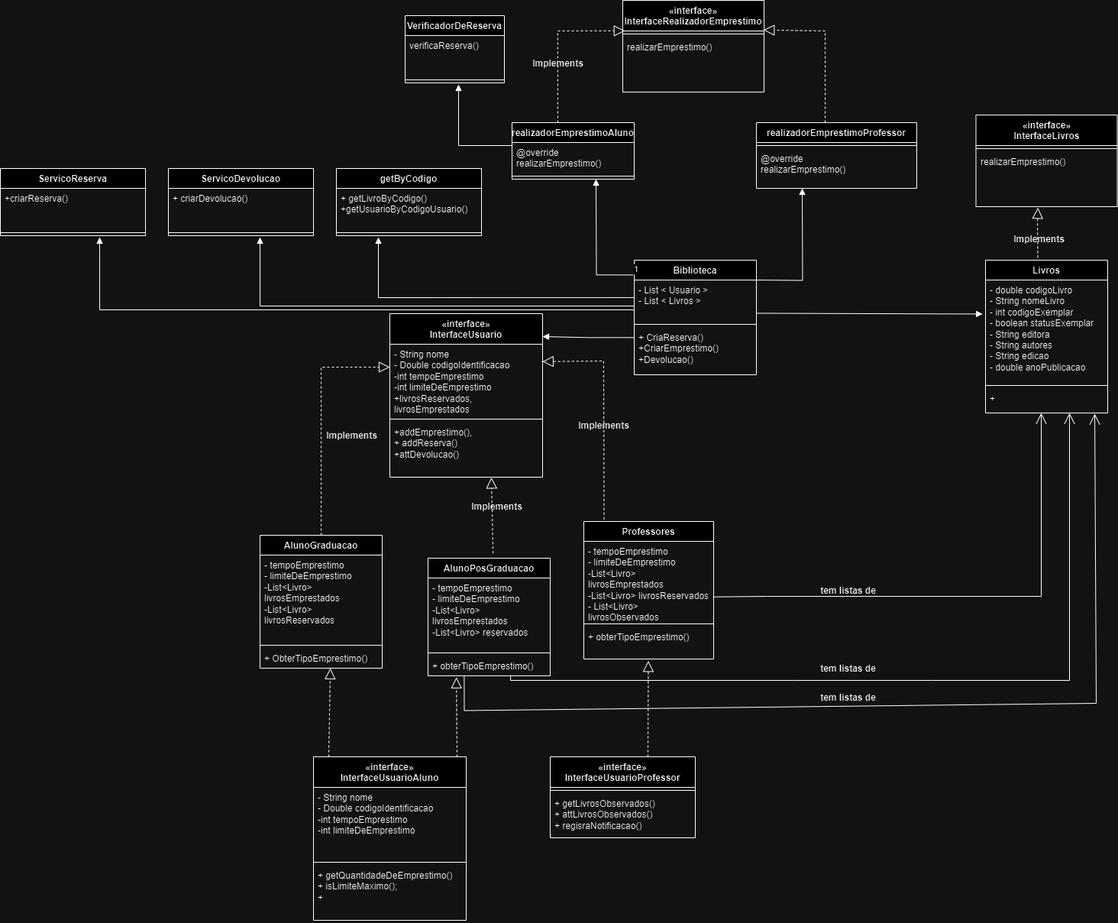
This is ClassesProjeto/DiagramaClasses.png from JoseRaimundo27/Trabalho-Final-EngSofware, a draw.io export, as it was before one commit. Source tidied: cells renumbered, new cells last; positions are measured from the earlier drawing's top-left corner, leaving out a move shared by most shapes.
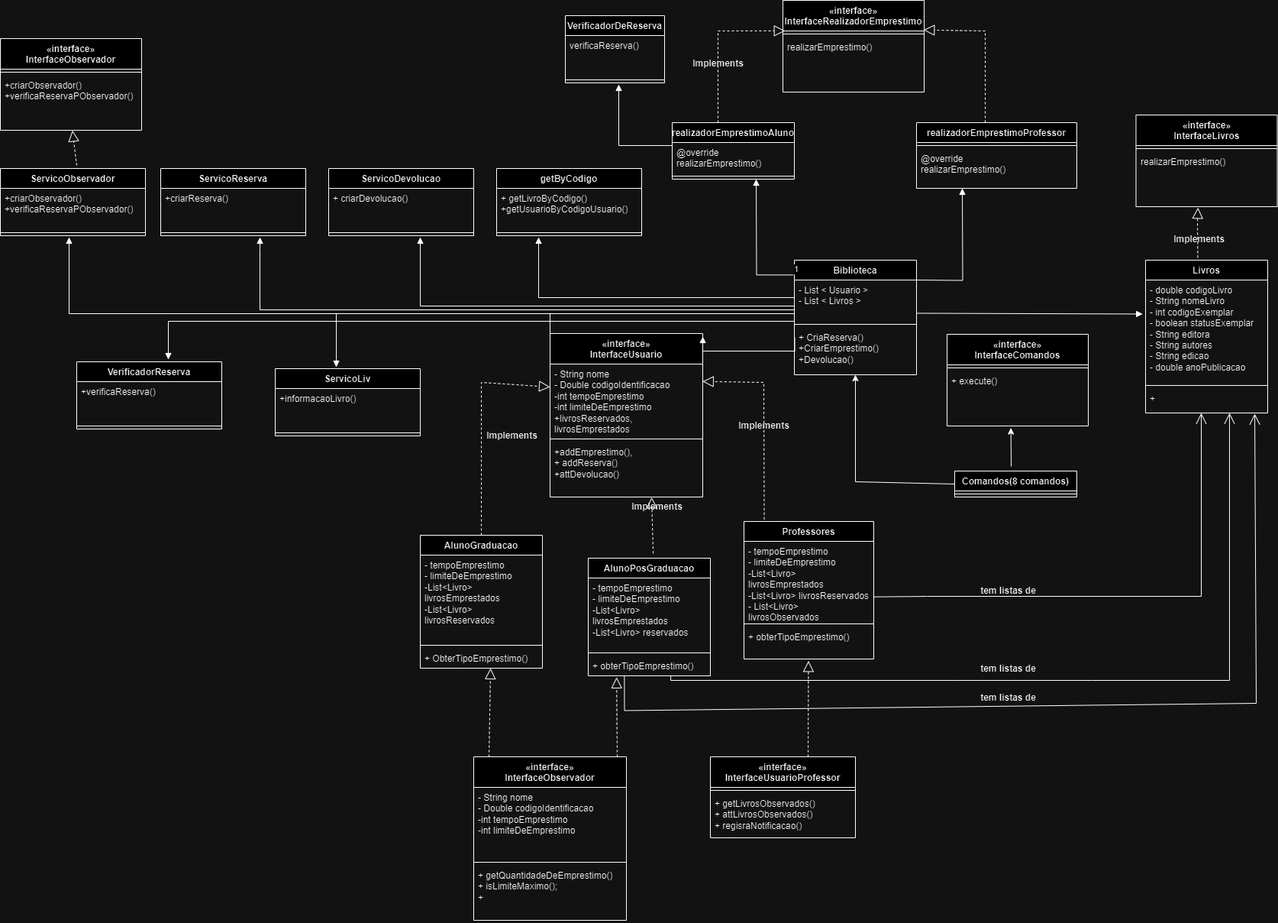
After the change.

Commit message:
Atualizando diagrama de classes

Change to the diagram source:
```diff
@@ -22,7 +22,7 @@
       </mxGeometry>
     </mxCell>
     <mxCell id="4" value="«interface»&lt;br&gt;InterfaceUsuario" style="swimlane;fontStyle=1;align=center;verticalAlign=top;horizontal=1;startSize=40;whiteSpace=wrap;html=1;" parent="1" vertex="1">
-      <mxGeometry x="510" y="410" width="200" height="214" as="geometry" />
+      <mxGeometry x="510" y="436" width="200" height="214" as="geometry" />
     </mxCell>
     <mxCell id="5" value="- String nome&lt;br&gt;- Double codigoIdentificacao&lt;br&gt;-int tempoEmprestimo&lt;br&gt;-int limiteDeEmprestimo&lt;br&gt;+livrosReservados, livrosEmprestados" style="text;strokeColor=none;fillColor=none;align=left;verticalAlign=top;spacingLeft=4;spacingRight=4;overflow=hidden;points=[[0,0.5],[1,0.5]];portConstraint=eastwest;whiteSpace=wrap;html=1;" parent="4" vertex="1">
       <mxGeometry y="40" width="200" height="94" as="geometry" />
@@ -36,7 +36,7 @@
     <mxCell id="8" style="endArrow=block;dashed=1;endFill=0;endSize=12;html=1;rounded=0;exitX=0.5;exitY=0;exitDx=0;exitDy=0;entryX=0;entryY=0.319;entryDx=0;entryDy=0;entryPerimeter=0;" parent="1" edge="1" source="9" target="5">
       <mxGeometry relative="1" as="geometry">
         <Array as="points">
-          <mxPoint x="420" y="480" />
+          <mxPoint x="420" y="500" />
         </Array>
       </mxGeometry>
     </mxCell>
@@ -141,7 +141,7 @@
     <mxCell id="41" style="endArrow=block;dashed=1;endFill=0;endSize=12;html=1;rounded=0;exitX=0.156;exitY=-0.015;exitDx=0;exitDy=0;exitPerimeter=0;entryX=0.999;entryY=0.242;entryDx=0;entryDy=0;entryPerimeter=0;" parent="1" edge="1" source="17" target="5">
       <mxGeometry relative="1" as="geometry">
         <Array as="points">
-          <mxPoint x="790" y="472" />
+          <mxPoint x="790" y="500" />
         </Array>
       </mxGeometry>
     </mxCell>
@@ -296,9 +296,13 @@
     <mxCell id="75" style="endArrow=block;endFill=1;html=1;edgeStyle=orthogonalEdgeStyle;align=left;verticalAlign=top;rounded=0;exitX=0.003;exitY=0.214;exitDx=0;exitDy=0;exitPerimeter=0;" parent="1" edge="1" source="24">
       <mxGeometry x="-1" relative="1" as="geometry">
         <mxPoint x="710" y="440" as="targetPoint" />
+        <Array as="points">
+          <mxPoint x="830" y="459" />
+          <mxPoint x="710" y="459" />
+        </Array>
       </mxGeometry>
     </mxCell>
-    <mxCell id="76" value="«interface»&lt;br&gt;InterfaceUsuarioAluno" style="swimlane;fontStyle=1;align=center;verticalAlign=top;horizontal=1;startSize=40;whiteSpace=wrap;html=1;" parent="1" vertex="1">
+    <mxCell id="76" value="«interface»&lt;br&gt;InterfaceObservador" style="swimlane;fontStyle=1;align=center;verticalAlign=top;horizontal=1;startSize=40;whiteSpace=wrap;html=1;" parent="1" vertex="1">
       <mxGeometry x="410" y="990" width="200" height="214" as="geometry" />
     </mxCell>
     <mxCell id="77" value="- String nome&lt;br&gt;- Double codigoIdentificacao&lt;br&gt;-int tempoEmprestimo&lt;br&gt;-int limiteDeEmprestimo&lt;br&gt;" style="text;strokeColor=none;fillColor=none;align=left;verticalAlign=top;spacingLeft=4;spacingRight=4;overflow=hidden;whiteSpace=wrap;html=1;" parent="76" vertex="1">
@@ -335,5 +339,101 @@
         <mxPoint x="848" y="990" as="sourcePoint" />
       </mxGeometry>
     </mxCell>
+    <mxCell id="86" value="ServicoObservador&lt;br&gt;" style="swimlane;fontStyle=1;align=center;verticalAlign=top;horizontal=1;startSize=26;whiteSpace=wrap;html=1;" parent="1" vertex="1">
+      <mxGeometry x="-210" y="220" width="190" height="88" as="geometry" />
+    </mxCell>
+    <mxCell id="87" value="+criarObservador()&lt;br&gt;+verificaReservaPObservador()" style="text;strokeColor=none;fillColor=none;align=left;verticalAlign=top;spacingLeft=4;spacingRight=4;overflow=hidden;whiteSpace=wrap;html=1;" parent="86" vertex="1">
+      <mxGeometry y="26" width="190" height="54" as="geometry" />
+    </mxCell>
+    <mxCell id="88" style="line;strokeWidth=1;fillColor=none;align=left;verticalAlign=middle;spacingTop=-1;spacingLeft=3;spacingRight=3;labelPosition=right;strokeColor=inherit;" parent="86" vertex="1">
+      <mxGeometry y="80" width="190" height="8" as="geometry" />
+    </mxCell>
+    <mxCell id="89" style="endArrow=block;endFill=1;html=1;edgeStyle=orthogonalEdgeStyle;align=left;verticalAlign=top;rounded=0;exitX=0;exitY=0;exitDx=0;exitDy=0;" parent="1" edge="1" source="4">
+      <mxGeometry x="-1" relative="1" as="geometry">
+        <mxPoint x="-120" y="310" as="targetPoint" />
+        <Array as="points">
+          <mxPoint x="-120" y="410" />
+        </Array>
+      </mxGeometry>
+    </mxCell>
+    <mxCell id="90" value="«interface»&lt;br style=&quot;border-color: var(--border-color); font-weight: 400;&quot;&gt;InterfaceObservador" style="swimlane;fontStyle=1;align=center;verticalAlign=top;horizontal=1;startSize=40;whiteSpace=wrap;html=1;" parent="1" vertex="1">
+      <mxGeometry x="-210" y="50" width="185" height="120" as="geometry" />
+    </mxCell>
+    <mxCell id="91" style="line;strokeWidth=1;fillColor=none;align=left;verticalAlign=middle;spacingTop=-1;spacingLeft=3;spacingRight=3;labelPosition=right;strokeColor=inherit;" parent="90" vertex="1">
+      <mxGeometry y="40" width="185" height="8" as="geometry" />
+    </mxCell>
+    <mxCell id="92" value="+criarObservador()&lt;br&gt;+verificaReservaPObservador()" style="text;strokeColor=none;fillColor=none;align=left;verticalAlign=top;spacingLeft=4;spacingRight=4;overflow=hidden;points=[[0,0.5],[1,0.5]];portConstraint=eastwest;whiteSpace=wrap;html=1;" parent="90" vertex="1">
+      <mxGeometry y="48" width="185" height="72" as="geometry" />
+    </mxCell>
+    <mxCell id="93" style="endArrow=block;dashed=1;endFill=0;endSize=12;html=1;rounded=0;entryX=0.51;entryY=1.005;entryDx=0;entryDy=0;entryPerimeter=0;" parent="90" edge="1" target="92">
+      <mxGeometry relative="1" as="geometry">
+        <mxPoint x="100" y="166" as="sourcePoint" />
+      </mxGeometry>
+    </mxCell>
+    <mxCell id="94" value="ServicoLiv" style="swimlane;fontStyle=1;align=center;verticalAlign=top;horizontal=1;startSize=26;whiteSpace=wrap;html=1;" parent="1" vertex="1">
+      <mxGeometry x="150" y="482" width="190" height="88" as="geometry" />
+    </mxCell>
+    <mxCell id="95" value="+informacaoLivro()" style="text;strokeColor=none;fillColor=none;align=left;verticalAlign=top;spacingLeft=4;spacingRight=4;overflow=hidden;whiteSpace=wrap;html=1;" parent="94" vertex="1">
+      <mxGeometry y="26" width="190" height="54" as="geometry" />
+    </mxCell>
+    <mxCell id="96" style="line;strokeWidth=1;fillColor=none;align=left;verticalAlign=middle;spacingTop=-1;spacingLeft=3;spacingRight=3;labelPosition=right;strokeColor=inherit;" parent="94" vertex="1">
+      <mxGeometry y="80" width="190" height="8" as="geometry" />
+    </mxCell>
+    <mxCell id="97" value="VerificadorReserva" style="swimlane;fontStyle=1;align=center;verticalAlign=top;horizontal=1;startSize=26;whiteSpace=wrap;html=1;" parent="1" vertex="1">
+      <mxGeometry x="-110" y="473" width="190" height="88" as="geometry" />
+    </mxCell>
+    <mxCell id="98" value="+verificaReserva()" style="text;strokeColor=none;fillColor=none;align=left;verticalAlign=top;spacingLeft=4;spacingRight=4;overflow=hidden;whiteSpace=wrap;html=1;" parent="97" vertex="1">
+      <mxGeometry y="26" width="190" height="54" as="geometry" />
+    </mxCell>
+    <mxCell id="99" style="line;strokeWidth=1;fillColor=none;align=left;verticalAlign=middle;spacingTop=-1;spacingLeft=3;spacingRight=3;labelPosition=right;strokeColor=inherit;" parent="97" vertex="1">
+      <mxGeometry y="80" width="190" height="8" as="geometry" />
+    </mxCell>
+    <mxCell id="100" style="endArrow=block;endFill=1;html=1;edgeStyle=orthogonalEdgeStyle;align=left;verticalAlign=top;rounded=0;exitX=-0.003;exitY=0.425;exitDx=0;exitDy=0;exitPerimeter=0;" parent="1" edge="1">
+      <mxGeometry x="-1" relative="1" as="geometry">
+        <mxPoint x="830" y="410" as="sourcePoint" />
+        <mxPoint x="230" y="480" as="targetPoint" />
+        <Array as="points">
+          <mxPoint x="230" y="410" />
+          <mxPoint x="230" y="470" />
+        </Array>
+      </mxGeometry>
+    </mxCell>
+    <mxCell id="101" style="endArrow=block;endFill=1;html=1;edgeStyle=orthogonalEdgeStyle;align=left;verticalAlign=top;rounded=0;" parent="1" edge="1">
+      <mxGeometry x="-1" relative="1" as="geometry">
+        <mxPoint x="830" y="420" as="sourcePoint" />
+        <mxPoint x="10" y="470" as="targetPoint" />
+        <Array as="points">
+          <mxPoint x="10" y="420" />
+        </Array>
+      </mxGeometry>
+    </mxCell>
+    <mxCell id="102" value="Comandos(8 comandos)" style="swimlane;fontStyle=1;align=center;verticalAlign=top;horizontal=1;startSize=26;whiteSpace=wrap;html=1;" parent="1" vertex="1">
+      <mxGeometry x="1040" y="616" width="160" height="34" as="geometry" />
+    </mxCell>
+    <mxCell id="103" style="line;strokeWidth=1;fillColor=none;align=left;verticalAlign=middle;spacingTop=-1;spacingLeft=3;spacingRight=3;labelPosition=right;strokeColor=inherit;" parent="102" vertex="1">
+      <mxGeometry y="26" width="160" height="8" as="geometry" />
+    </mxCell>
+    <mxCell id="104" value="«interface»&lt;br style=&quot;border-color: var(--border-color); font-weight: 400;&quot;&gt;InterfaceComandos" style="swimlane;fontStyle=1;align=center;verticalAlign=top;horizontal=1;startSize=40;whiteSpace=wrap;html=1;" parent="1" vertex="1">
+      <mxGeometry x="1030" y="437" width="185" height="120" as="geometry" />
+    </mxCell>
+    <mxCell id="105" style="line;strokeWidth=1;fillColor=none;align=left;verticalAlign=middle;spacingTop=-1;spacingLeft=3;spacingRight=3;labelPosition=right;strokeColor=inherit;" parent="104" vertex="1">
+      <mxGeometry y="40" width="185" height="8" as="geometry" />
+    </mxCell>
+    <mxCell id="106" value="+ execute()" style="text;strokeColor=none;fillColor=none;align=left;verticalAlign=top;spacingLeft=4;spacingRight=4;overflow=hidden;points=[[0,0.5],[1,0.5]];portConstraint=eastwest;whiteSpace=wrap;html=1;" parent="104" vertex="1">
+      <mxGeometry y="48" width="185" height="72" as="geometry" />
+    </mxCell>
+    <mxCell id="107" style="endArrow=classic;html=1;rounded=0;entryX=0.452;entryY=1.036;entryDx=0;entryDy=0;entryPerimeter=0;" parent="1" edge="1" target="106">
+      <mxGeometry relative="1" as="geometry">
+        <mxPoint x="1114" y="610" as="sourcePoint" />
+      </mxGeometry>
+    </mxCell>
+    <mxCell id="108" style="endArrow=classic;html=1;rounded=0;entryX=0.513;entryY=1.09;entryDx=0;entryDy=0;entryPerimeter=0;exitX=0;exitY=0.5;exitDx=0;exitDy=0;" parent="1" edge="1" source="102">
+      <mxGeometry relative="1" as="geometry">
+        <mxPoint x="910" y="490" as="targetPoint" />
+        <Array as="points">
+          <mxPoint x="910" y="630" />
+        </Array>
+      </mxGeometry>
+    </mxCell>
   </root>
 </mxGraphModel>
```
